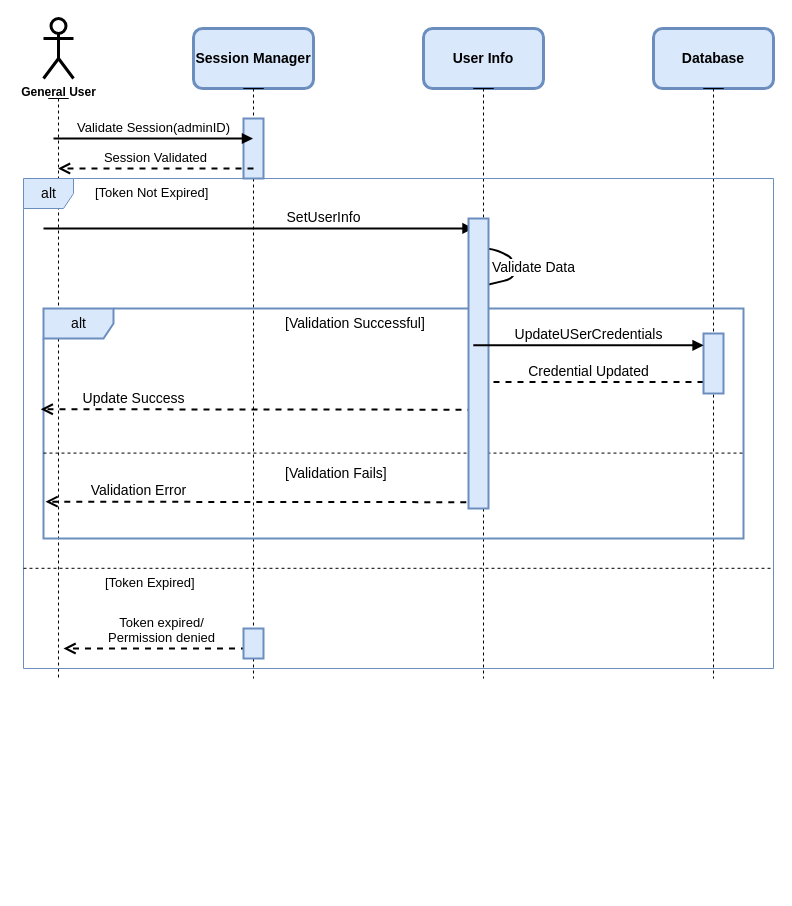
Earlier version of the draw.io diagram UseCase_Diagram/Biruh/setPersonalInfo.dio (Nama21yo/SDS-EMR). Source tidied: cells renumbered, new cells numbered last; positions are measured from the earlier drawing's top-left corner, leaving out a move shared by most shapes. Both pictures are drawn from the tidied source at 100%, with x=0, y=0 at pixel (23, 18).
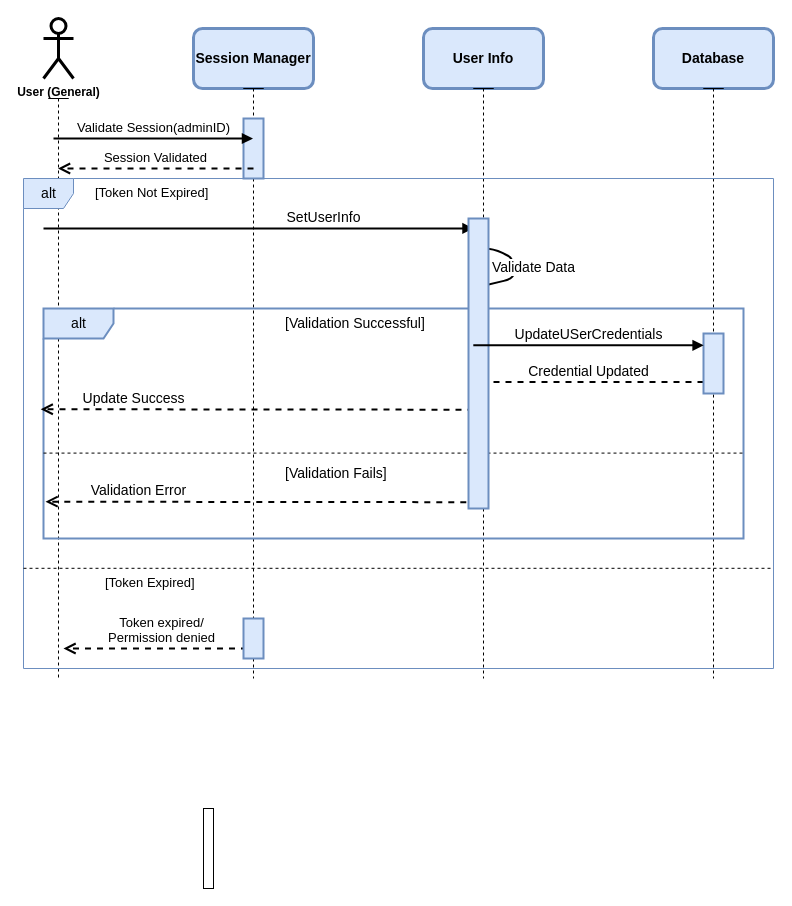
The same diagram, later.

Unchanged cells that the change refers to:
```xml
<mxCell id="13" value="&lt;font style=&quot;font-size: 14px;&quot;&gt;alt&lt;/font&gt;" style="shape=umlFrame;tabWidth=110;tabHeight=30;tabPosition=left;html=1;boundedLbl=1;labelInHeader=1;width=50;height=30;fontSize=13;fillColor=#dae8fc;strokeColor=#6c8ebf;" parent="1" vertex="1">
  <mxGeometry y="160" width="750" height="490" as="geometry" />
</mxCell>
```

Change to the diagram source:
```diff
@@
-    <mxCell id="2" value="&lt;b&gt;General User&lt;/b&gt;" style="shape=umlActor;verticalLabelPosition=bottom;verticalAlign=top;html=1;strokeWidth=3;rounded=1;" parent="1" vertex="1">
+    <mxCell id="2" value="&lt;b&gt;User (General)&lt;/b&gt;" style="shape=umlActor;verticalLabelPosition=bottom;verticalAlign=top;html=1;strokeWidth=3;rounded=1;" parent="1" vertex="1">
       <mxGeometry x="20" width="30" height="60" as="geometry" />
     </mxCell>
@@
     <mxCell id="30" style="html=1;perimeter=orthogonalPerimeter;fillStyle=solid;strokeWidth=2;fontSize=14;fillColor=#dae8fc;strokeColor=#6c8ebf;" parent="13" vertex="1">
-      <mxGeometry x="220" y="450" width="20" height="30" as="geometry" />
+      <mxGeometry x="220" y="440" width="20" height="40" as="geometry" />
     </mxCell>
+    <mxCell id="31" style="html=1;perimeter=orthogonalPerimeter;" parent="1" vertex="1">
+      <mxGeometry x="180" y="790" width="10" height="80" as="geometry" />
+    </mxCell>
```
